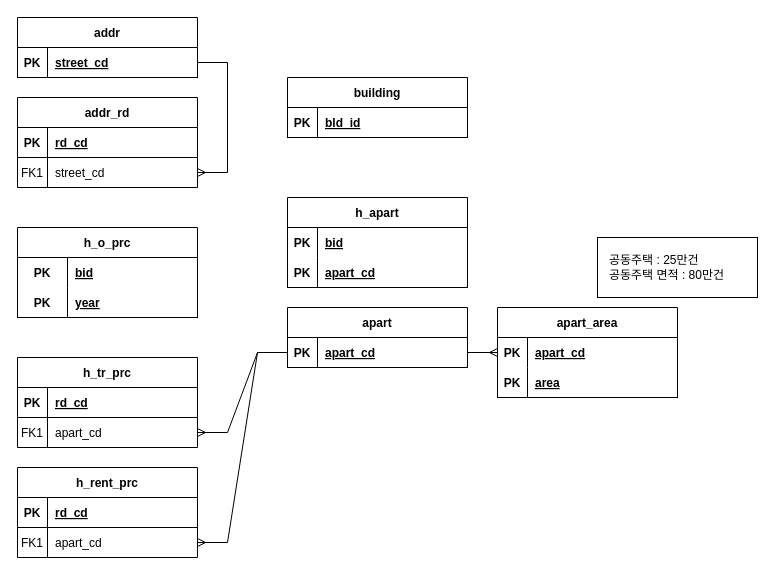
The draw.io diagram knowingasset Diagram.drawio in steve92son/test, before the edit. Source tidied: cells renumbered, new cells numbered last; positions are measured from the earlier drawing's top-left corner, leaving out a move shared by most shapes. Both pictures are drawn from the tidied source at 100%, with x=0, y=0 at pixel (17, 17).
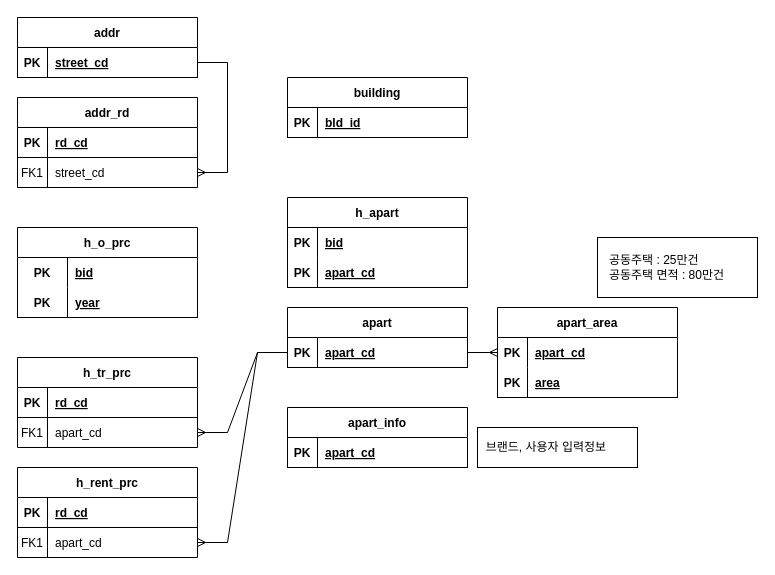
The same diagram, later.

What changed in the source:
```diff
@@
+    <mxCell id="61" value="apart_info" style="shape=table;startSize=30;childLayout=tableLayout;rowLines=0;fontStyle=1;align=center;" parent="1" vertex="1">
+      <mxGeometry x="270" y="390" width="180" height="60" as="geometry" />
+    </mxCell>
+    <mxCell id="62" style="shape=tableRow;horizontal=0;startSize=0;swimlaneHead=0;swimlaneBody=0;fillColor=none;top=0;left=0;right=0;bottom=1;" parent="61" vertex="1">
+      <mxGeometry y="30" width="180" height="30" as="geometry" />
+    </mxCell>
+    <mxCell id="63" value="PK" style="shape=partialRectangle;fillColor=none;top=0;left=0;bottom=0;right=0;fontStyle=1;overflow=hidden;" parent="62" vertex="1">
+      <mxGeometry width="30" height="30" as="geometry" />
+    </mxCell>
+    <mxCell id="64" value="apart_cd" style="shape=partialRectangle;fillColor=none;top=0;left=0;bottom=0;right=0;align=left;spacingLeft=6;fontStyle=5;overflow=hidden;" parent="62" vertex="1">
+      <mxGeometry x="30" width="150" height="30" as="geometry" />
+    </mxCell>
+    <mxCell id="65" value="&amp;nbsp; 브랜드, 사용자 입력정보" style="rounded=0;whiteSpace=wrap;html=1;align=left;" parent="1" vertex="1">
+      <mxGeometry x="460" y="410" width="160" height="40" as="geometry" />
+    </mxCell>
```
